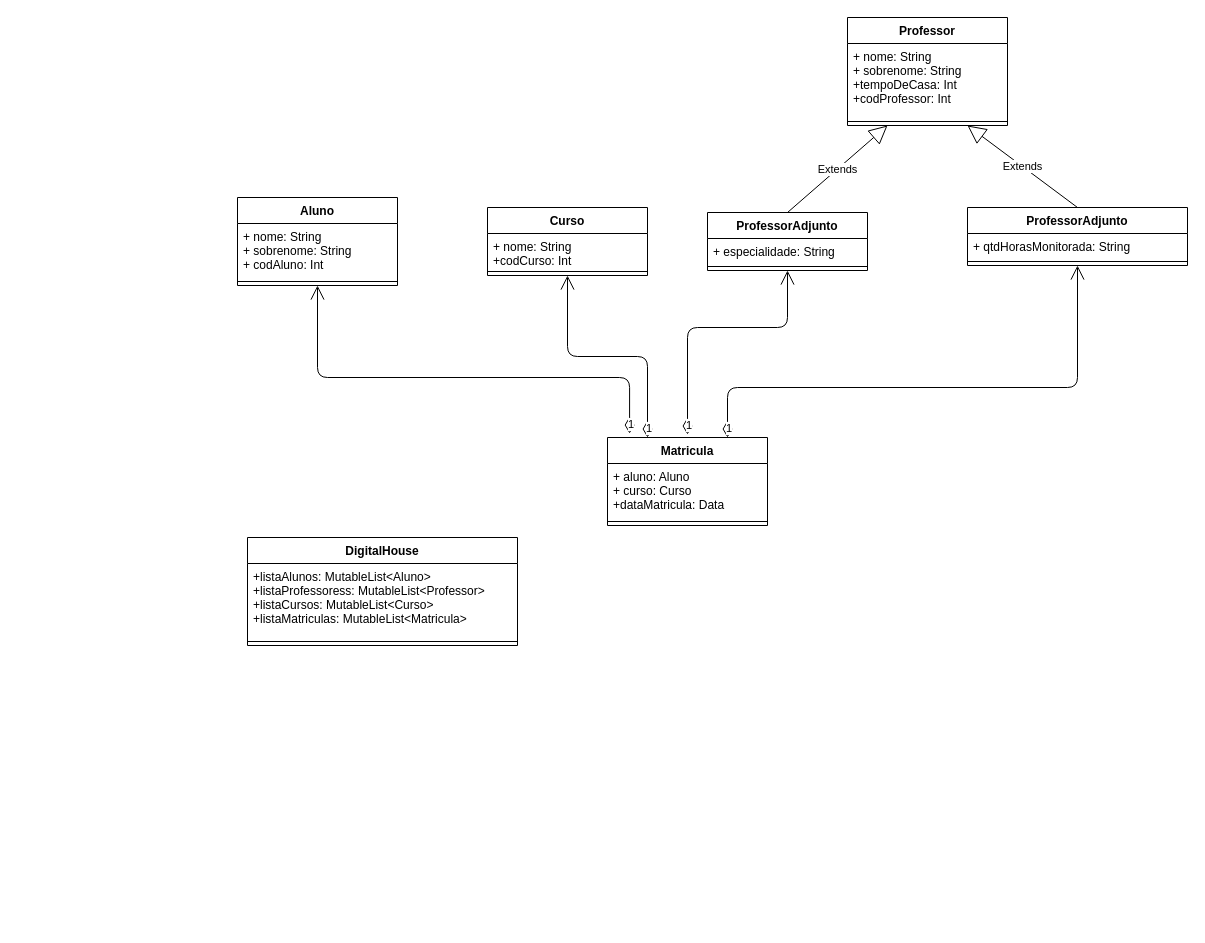
Above: DiagramaDesafio1.drawio in renanhsilva/DigitalHouseDesafioModulo1 (draw.io), before the change. Source tidied: cells renumbered, new cells numbered last; positions are measured from the earlier drawing's top-left corner, leaving out a move shared by most shapes. Both pictures are drawn from the tidied source at 100%, with x=0, y=0 at pixel (237, 17).
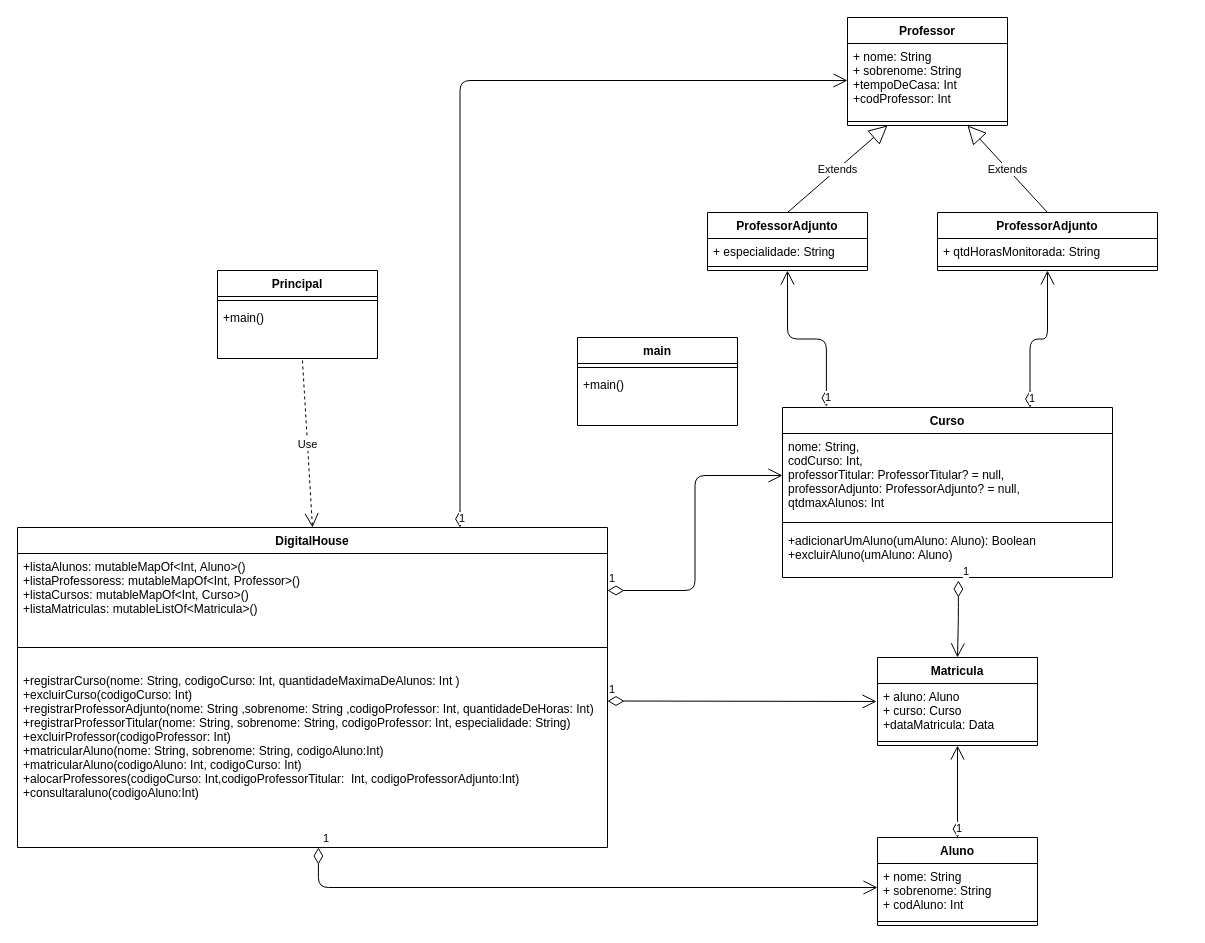
After the change.

Unchanged cells that the change refers to:
```xml
<mxCell id="2" value="ProfessorAdjunto" style="swimlane;fontStyle=1;align=center;verticalAlign=top;horizontal=1;startSize=26;" parent="1" vertex="1">
  <mxGeometry x="470" y="195" width="160" height="58" as="geometry" />
</mxCell>
<mxCell id="11" value="+ nome: String&#10;+ sobrenome: String&#10;+tempoDeCasa: Int&#10;+codProfessor: Int" style="text;strokeColor=none;fillColor=none;align=left;verticalAlign=top;spacingLeft=4;spacingRight=4;overflow=hidden;points=[[0,0.5],[1,0.5]];portConstraint=eastwest;" parent="10" vertex="1">
  <mxGeometry y="26" width="160" height="74" as="geometry" />
</mxCell>
<mxCell id="20" value="+ aluno: Aluno&#10;+ curso: Curso&#10;+dataMatricula: Data" style="text;strokeColor=none;fillColor=none;align=left;verticalAlign=top;spacingLeft=4;spacingRight=4;overflow=hidden;points=[[0,0.5],[1,0.5]];portConstraint=eastwest;" parent="19" vertex="1">
  <mxGeometry y="26" width="160" height="54" as="geometry" />
</mxCell>
```

Change to the diagram source:
```diff
@@
-    <mxCell id="5" value="Aluno" style="swimlane;fontStyle=1;align=center;verticalAlign=top;horizontal=1;startSize=26;" parent="1" vertex="1">
-      <mxGeometry y="180" width="160" height="88" as="geometry" />
-    </mxCell>
-    <mxCell id="6" value="+ nome: String&#10;+ sobrenome: String&#10;+ codAluno: Int" style="text;strokeColor=none;fillColor=none;align=left;verticalAlign=top;spacingLeft=4;spacingRight=4;overflow=hidden;points=[[0,0.5],[1,0.5]];portConstraint=eastwest;" parent="5" vertex="1">
-      <mxGeometry y="26" width="160" height="54" as="geometry" />
-    </mxCell>
-    <mxCell id="7" style="line;strokeWidth=1;fillColor=none;align=left;verticalAlign=middle;spacingTop=-1;spacingLeft=3;spacingRight=3;labelPosition=right;" parent="5" vertex="1">
-      <mxGeometry y="80" width="160" height="8" as="geometry" />
-    </mxCell>
@@
     <mxCell id="13" value="ProfessorAdjunto" style="swimlane;fontStyle=1;align=center;verticalAlign=top;horizontal=1;startSize=26;" parent="1" vertex="1">
-      <mxGeometry x="730" y="190" width="220" height="58" as="geometry" />
+      <mxGeometry x="700" y="195" width="220" height="58" as="geometry" />
     </mxCell>
@@
     <mxCell id="16" value="Curso" style="swimlane;fontStyle=1;align=center;verticalAlign=top;horizontal=1;startSize=26;" parent="1" vertex="1">
-      <mxGeometry x="250" y="190" width="160" height="68" as="geometry" />
+      <mxGeometry x="545" y="390" width="330" height="170" as="geometry" />
     </mxCell>
-    <mxCell id="17" value="+ nome: String&#10;+codCurso: Int" style="text;strokeColor=none;fillColor=none;align=left;verticalAlign=top;spacingLeft=4;spacingRight=4;overflow=hidden;points=[[0,0.5],[1,0.5]];portConstraint=eastwest;" parent="16" vertex="1">
-      <mxGeometry y="26" width="160" height="34" as="geometry" />
+    <mxCell id="17" value="nome: String,&#10;codCurso: Int,&#10;professorTitular: ProfessorTitular? = null,&#10;professorAdjunto: ProfessorAdjunto? = null,&#10;qtdmaxAlunos: Int" style="text;strokeColor=none;fillColor=none;align=left;verticalAlign=top;spacingLeft=4;spacingRight=4;overflow=hidden;points=[[0,0.5],[1,0.5]];portConstraint=eastwest;" parent="16" vertex="1">
+      <mxGeometry y="26" width="330" height="84" as="geometry" />
     </mxCell>
     <mxCell id="18" style="line;strokeWidth=1;fillColor=none;align=left;verticalAlign=middle;spacingTop=-1;spacingLeft=3;spacingRight=3;labelPosition=right;" parent="16" vertex="1">
-      <mxGeometry y="60" width="160" height="8" as="geometry" />
+      <mxGeometry y="110" width="330" height="10" as="geometry" />
     </mxCell>
+    <mxCell id="29" value="+adicionarUmAluno(umAluno: Aluno): Boolean&#10;+excluirAluno(umAluno: Aluno)" style="text;strokeColor=none;fillColor=none;align=left;verticalAlign=top;spacingLeft=4;spacingRight=4;overflow=hidden;points=[[0,0.5],[1,0.5]];portConstraint=eastwest;" parent="16" vertex="1">
+      <mxGeometry y="120" width="330" height="50" as="geometry" />
+    </mxCell>
+    <mxCell id="30" value="1" style="endArrow=open;html=1;endSize=12;startArrow=diamondThin;startSize=14;startFill=0;edgeStyle=orthogonalEdgeStyle;align=left;verticalAlign=bottom;exitX=0.133;exitY=-0.006;exitDx=0;exitDy=0;exitPerimeter=0;entryX=0.5;entryY=1;entryDx=0;entryDy=0;" parent="1" edge="1" source="16" target="2">
+      <mxGeometry x="-1" y="3" relative="1" as="geometry" />
+    </mxCell>
+    <mxCell id="25" value="1" style="endArrow=open;html=1;endSize=12;startArrow=diamondThin;startSize=14;startFill=0;edgeStyle=orthogonalEdgeStyle;align=left;verticalAlign=bottom;exitX=0.75;exitY=0;exitDx=0;exitDy=0;entryX=0.5;entryY=1;entryDx=0;entryDy=0;" parent="1" edge="1" source="16" target="13">
+      <mxGeometry x="-1" y="3" relative="1" as="geometry" />
+    </mxCell>
     <mxCell id="19" value="Matricula" style="swimlane;fontStyle=1;align=center;verticalAlign=top;horizontal=1;startSize=26;" parent="1" vertex="1">
-      <mxGeometry x="370" y="420" width="160" height="88" as="geometry" />
+      <mxGeometry x="640" y="640" width="160" height="88" as="geometry" />
     </mxCell>
@@
-    <mxCell id="22" value="1" style="endArrow=open;html=1;endSize=12;startArrow=diamondThin;startSize=14;startFill=0;edgeStyle=orthogonalEdgeStyle;align=left;verticalAlign=bottom;exitX=0.138;exitY=-0.045;exitDx=0;exitDy=0;exitPerimeter=0;entryX=0.5;entryY=1;entryDx=0;entryDy=0;" parent="1" edge="1" source="19" target="5">
-      <mxGeometry x="-1" y="3" relative="1" as="geometry">
-        <Array as="points">
-          <mxPoint x="392" y="360" />
-          <mxPoint x="80" y="360" />
-        </Array>
-      </mxGeometry>
-    </mxCell>
-    <mxCell id="23" value="1" style="endArrow=open;html=1;endSize=12;startArrow=diamondThin;startSize=14;startFill=0;edgeStyle=orthogonalEdgeStyle;align=left;verticalAlign=bottom;entryX=0.5;entryY=1;entryDx=0;entryDy=0;exitX=0.25;exitY=0;exitDx=0;exitDy=0;" parent="1" edge="1" source="19" target="16">
-      <mxGeometry x="-1" y="3" relative="1" as="geometry" />
-    </mxCell>
-    <mxCell id="24" value="1" style="endArrow=open;html=1;endSize=12;startArrow=diamondThin;startSize=14;startFill=0;edgeStyle=orthogonalEdgeStyle;align=left;verticalAlign=bottom;entryX=0.5;entryY=1;entryDx=0;entryDy=0;" parent="1" edge="1" target="2">
-      <mxGeometry x="-1" y="3" relative="1" as="geometry">
-        <mxPoint x="450" y="417" as="sourcePoint" />
-        <Array as="points">
-          <mxPoint x="450" y="310" />
-          <mxPoint x="550" y="310" />
-        </Array>
-      </mxGeometry>
-    </mxCell>
-    <mxCell id="25" value="1" style="endArrow=open;html=1;endSize=12;startArrow=diamondThin;startSize=14;startFill=0;edgeStyle=orthogonalEdgeStyle;align=left;verticalAlign=bottom;exitX=0.75;exitY=0;exitDx=0;exitDy=0;entryX=0.5;entryY=1;entryDx=0;entryDy=0;" parent="1" edge="1" source="19" target="13">
-      <mxGeometry x="-1" y="3" relative="1" as="geometry">
-        <Array as="points">
-          <mxPoint x="490" y="370" />
-          <mxPoint x="840" y="370" />
-        </Array>
-      </mxGeometry>
-    </mxCell>
+    <mxCell id="31" value="1" style="endArrow=open;html=1;endSize=12;startArrow=diamondThin;startSize=14;startFill=0;edgeStyle=orthogonalEdgeStyle;align=left;verticalAlign=bottom;exitX=0.533;exitY=1.06;exitDx=0;exitDy=0;exitPerimeter=0;entryX=0.5;entryY=0;entryDx=0;entryDy=0;" parent="1" edge="1" source="29" target="19">
+      <mxGeometry x="-1" y="3" relative="1" as="geometry">
+        <Array as="points">
+          <mxPoint x="721" y="600" />
+        </Array>
+      </mxGeometry>
+    </mxCell>
+    <mxCell id="32" value="1" style="endArrow=open;html=1;endSize=12;startArrow=diamondThin;startSize=14;startFill=0;edgeStyle=orthogonalEdgeStyle;align=left;verticalAlign=bottom;entryX=0.5;entryY=1;entryDx=0;entryDy=0;exitX=0.5;exitY=0;exitDx=0;exitDy=0;" parent="1" edge="1" source="5" target="19">
+      <mxGeometry x="-1" y="3" relative="1" as="geometry" />
+    </mxCell>
+    <mxCell id="5" value="Aluno" style="swimlane;fontStyle=1;align=center;verticalAlign=top;horizontal=1;startSize=26;" parent="1" vertex="1">
+      <mxGeometry x="640" y="820" width="160" height="88" as="geometry" />
+    </mxCell>
+    <mxCell id="6" value="+ nome: String&#10;+ sobrenome: String&#10;+ codAluno: Int" style="text;strokeColor=none;fillColor=none;align=left;verticalAlign=top;spacingLeft=4;spacingRight=4;overflow=hidden;points=[[0,0.5],[1,0.5]];portConstraint=eastwest;" parent="5" vertex="1">
+      <mxGeometry y="26" width="160" height="54" as="geometry" />
+    </mxCell>
+    <mxCell id="7" style="line;strokeWidth=1;fillColor=none;align=left;verticalAlign=middle;spacingTop=-1;spacingLeft=3;spacingRight=3;labelPosition=right;" parent="5" vertex="1">
+      <mxGeometry y="80" width="160" height="8" as="geometry" />
+    </mxCell>
+    <mxCell id="33" value="main" style="swimlane;fontStyle=1;align=center;verticalAlign=top;horizontal=1;startSize=26;" parent="1" vertex="1">
+      <mxGeometry x="340" y="320" width="160" height="88" as="geometry" />
+    </mxCell>
+    <mxCell id="34" style="line;strokeWidth=1;fillColor=none;align=left;verticalAlign=middle;spacingTop=-1;spacingLeft=3;spacingRight=3;labelPosition=right;" parent="33" vertex="1">
+      <mxGeometry y="26" width="160" height="8" as="geometry" />
+    </mxCell>
+    <mxCell id="35" value="+main()" style="text;strokeColor=none;fillColor=none;align=left;verticalAlign=top;spacingLeft=4;spacingRight=4;overflow=hidden;" parent="33" vertex="1">
+      <mxGeometry y="34" width="160" height="54" as="geometry" />
+    </mxCell>
     <mxCell id="26" value="DigitalHouse" style="swimlane;fontStyle=1;align=center;verticalAlign=top;horizontal=1;startSize=26;" parent="1" vertex="1">
-      <mxGeometry x="10" y="520" width="270" height="108" as="geometry" />
+      <mxGeometry x="-220" y="510" width="590" height="320" as="geometry" />
     </mxCell>
-    <mxCell id="27" value="+listaAlunos: MutableList&lt;Aluno&gt;&#10;+listaProfessoress: MutableList&lt;Professor&gt;&#10;+listaCursos: MutableList&lt;Curso&gt;&#10;+listaMatriculas: MutableList&lt;Matricula&gt;&#10;" style="text;strokeColor=none;fillColor=none;align=left;verticalAlign=top;spacingLeft=4;spacingRight=4;overflow=hidden;points=[[0,0.5],[1,0.5]];portConstraint=eastwest;" parent="26" vertex="1">
-      <mxGeometry y="26" width="270" height="74" as="geometry" />
+    <mxCell id="27" value="+listaAlunos: mutableMapOf&lt;Int, Aluno&gt;()&#10;+listaProfessoress: mutableMapOf&lt;Int, Professor&gt;()&#10;+listaCursos: mutableMapOf&lt;Int, Curso&gt;()&#10;+listaMatriculas: mutableListOf&lt;Matricula&gt;()&#10;" style="text;strokeColor=none;fillColor=none;align=left;verticalAlign=top;spacingLeft=4;spacingRight=4;overflow=hidden;points=[[0,0.5],[1,0.5]];portConstraint=eastwest;" parent="26" vertex="1">
+      <mxGeometry y="26" width="590" height="74" as="geometry" />
     </mxCell>
     <mxCell id="28" style="line;strokeWidth=1;fillColor=none;align=left;verticalAlign=middle;spacingTop=-1;spacingLeft=3;spacingRight=3;labelPosition=right;" parent="26" vertex="1">
-      <mxGeometry y="100" width="270" height="8" as="geometry" />
+      <mxGeometry y="100" width="590" height="40" as="geometry" />
     </mxCell>
+    <mxCell id="36" value="+registrarCurso(nome: String, codigoCurso: Int, quantidadeMaximaDeAlunos: Int )&#10;+excluirCurso(codigoCurso: Int)&#10;+registrarProfessorAdjunto(nome: String ,sobrenome: String ,codigoProfessor: Int, quantidadeDeHoras: Int)&#10;+registrarProfessorTitular(nome: String, sobrenome: String, codigoProfessor: Int, especialidade: String)&#10;+excluirProfessor(codigoProfessor: Int)&#10;+matricularAluno(nome: String, sobrenome: String, codigoAluno:Int)&#10;+matricularAluno(codigoAluno: Int, codigoCurso: Int)&#10;+alocarProfessores(codigoCurso: Int,codigoProfessorTitular:  Int, codigoProfessorAdjunto:Int)&#10;+consultaraluno(codigoAluno:Int)" style="text;strokeColor=none;fillColor=none;align=left;verticalAlign=top;spacingLeft=4;spacingRight=4;overflow=hidden;points=[[0,0.5],[1,0.5]];portConstraint=eastwest;" parent="26" vertex="1">
+      <mxGeometry y="140" width="590" height="180" as="geometry" />
+    </mxCell>
+    <mxCell id="37" value="1" style="endArrow=open;html=1;endSize=12;startArrow=diamondThin;startSize=14;startFill=0;edgeStyle=orthogonalEdgeStyle;align=left;verticalAlign=bottom;entryX=0;entryY=0.5;entryDx=0;entryDy=0;exitX=0.75;exitY=0;exitDx=0;exitDy=0;" parent="1" edge="1" source="26" target="11">
+      <mxGeometry x="-1" y="3" relative="1" as="geometry" />
+    </mxCell>
+    <mxCell id="38" value="1" style="endArrow=open;html=1;endSize=12;startArrow=diamondThin;startSize=14;startFill=0;edgeStyle=orthogonalEdgeStyle;align=left;verticalAlign=bottom;exitX=1;exitY=0.5;exitDx=0;exitDy=0;" parent="1" edge="1" source="27" target="17">
+      <mxGeometry x="-1" y="3" relative="1" as="geometry" />
+    </mxCell>
+    <mxCell id="39" value="1" style="endArrow=open;html=1;endSize=12;startArrow=diamondThin;startSize=14;startFill=0;edgeStyle=orthogonalEdgeStyle;align=left;verticalAlign=bottom;entryX=-0.006;entryY=0.333;entryDx=0;entryDy=0;entryPerimeter=0;" parent="1" edge="1" target="20">
+      <mxGeometry x="-1" y="3" relative="1" as="geometry">
+        <mxPoint x="370" y="683.5" as="sourcePoint" />
+      </mxGeometry>
+    </mxCell>
+    <mxCell id="40" value="1" style="endArrow=open;html=1;endSize=12;startArrow=diamondThin;startSize=14;startFill=0;edgeStyle=orthogonalEdgeStyle;align=left;verticalAlign=bottom;exitX=0.51;exitY=1;exitDx=0;exitDy=0;exitPerimeter=0;" parent="1" edge="1" source="36" target="6">
+      <mxGeometry x="-1" y="3" relative="1" as="geometry">
+        <Array as="points">
+          <mxPoint x="81" y="870" />
+        </Array>
+      </mxGeometry>
+    </mxCell>
+    <mxCell id="41" value="Principal" style="swimlane;fontStyle=1;align=center;verticalAlign=top;horizontal=1;startSize=26;" parent="1" vertex="1">
+      <mxGeometry x="-20" y="253" width="160" height="88" as="geometry" />
+    </mxCell>
+    <mxCell id="42" style="line;strokeWidth=1;fillColor=none;align=left;verticalAlign=middle;spacingTop=-1;spacingLeft=3;spacingRight=3;labelPosition=right;" parent="41" vertex="1">
+      <mxGeometry y="26" width="160" height="8" as="geometry" />
+    </mxCell>
+    <mxCell id="43" value="+main()" style="text;strokeColor=none;fillColor=none;align=left;verticalAlign=top;spacingLeft=4;spacingRight=4;overflow=hidden;points=[[0,0.5],[1,0.5]];portConstraint=eastwest;" parent="41" vertex="1">
+      <mxGeometry y="34" width="160" height="54" as="geometry" />
+    </mxCell>
+    <mxCell id="44" value="Use" style="endArrow=open;endSize=12;dashed=1;html=1;entryX=0.5;entryY=0;entryDx=0;entryDy=0;exitX=0.531;exitY=1.037;exitDx=0;exitDy=0;exitPerimeter=0;" parent="1" edge="1" source="43" target="26">
+      <mxGeometry relative="1" as="geometry" />
+    </mxCell>
```
